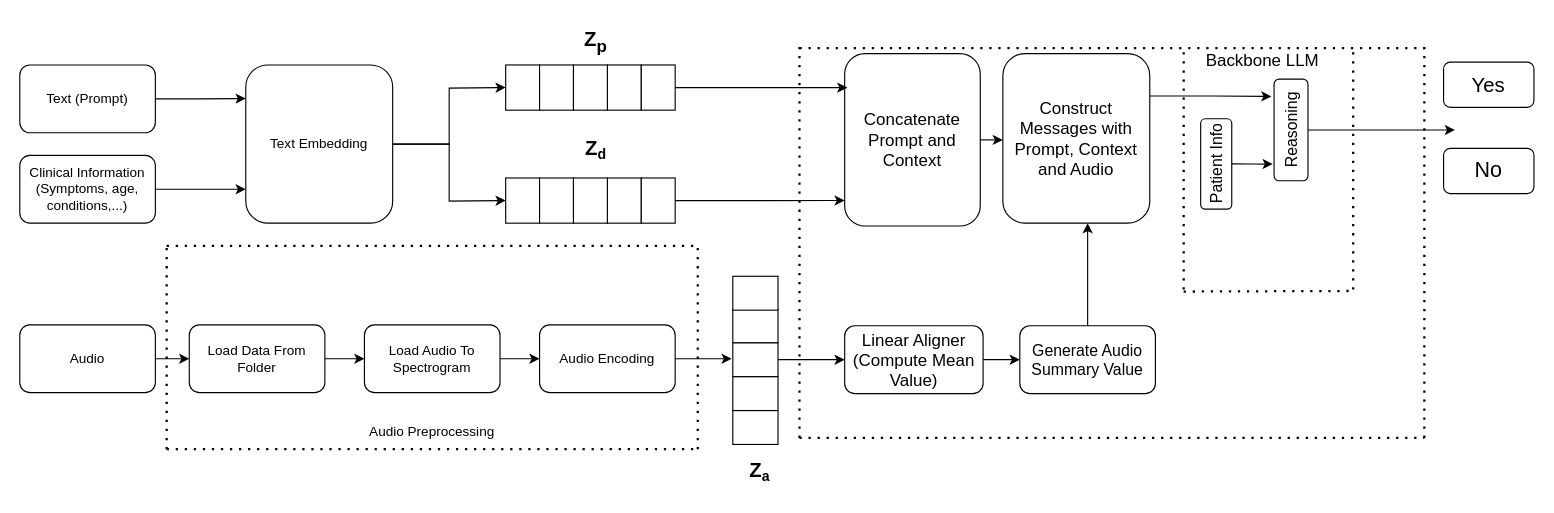
The draw.io diagram Untitled Diagram.drawio in Mancupfire/Audio_in_LLM, before the edit. Source tidied: cells renumbered, new cells numbered last; positions are measured from the earlier drawing's top-left corner, leaving out a move shared by most shapes. Both pictures are drawn from the tidied source at 113%, with x=0, y=0 at pixel (19, 19).
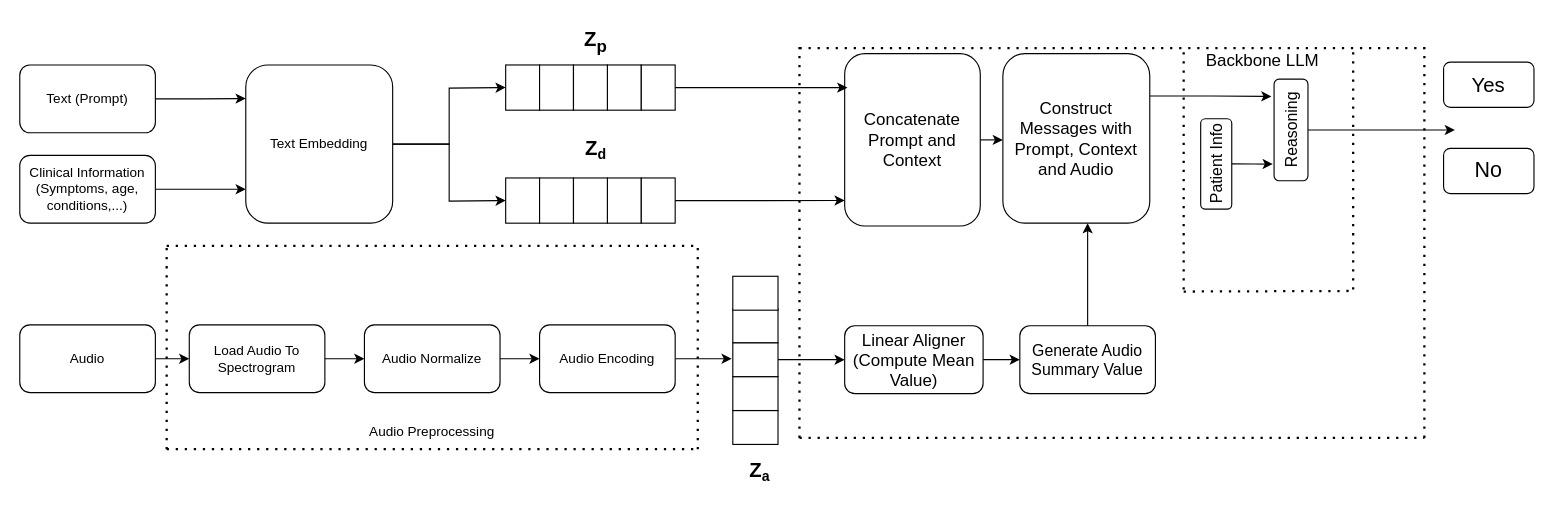
The same page after the edit.

Change to the diagram source:
```diff
@@
-    <mxCell id="8" value="Load Data From Folder" style="rounded=1;whiteSpace=wrap;html=1;" parent="1" vertex="1">
+    <mxCell id="8" value="Load Audio To Spectrogram" style="rounded=1;whiteSpace=wrap;html=1;" parent="1" vertex="1">
       <mxGeometry x="150" y="270" width="120" height="60" as="geometry" />
     </mxCell>
@@
-    <mxCell id="14" value="Load Audio To Spectrogram" style="rounded=1;whiteSpace=wrap;html=1;" parent="1" vertex="1">
+    <mxCell id="14" value="Audio Normalize" style="rounded=1;whiteSpace=wrap;html=1;" parent="1" vertex="1">
       <mxGeometry x="305" y="270" width="120" height="60" as="geometry" />
     </mxCell>
```
